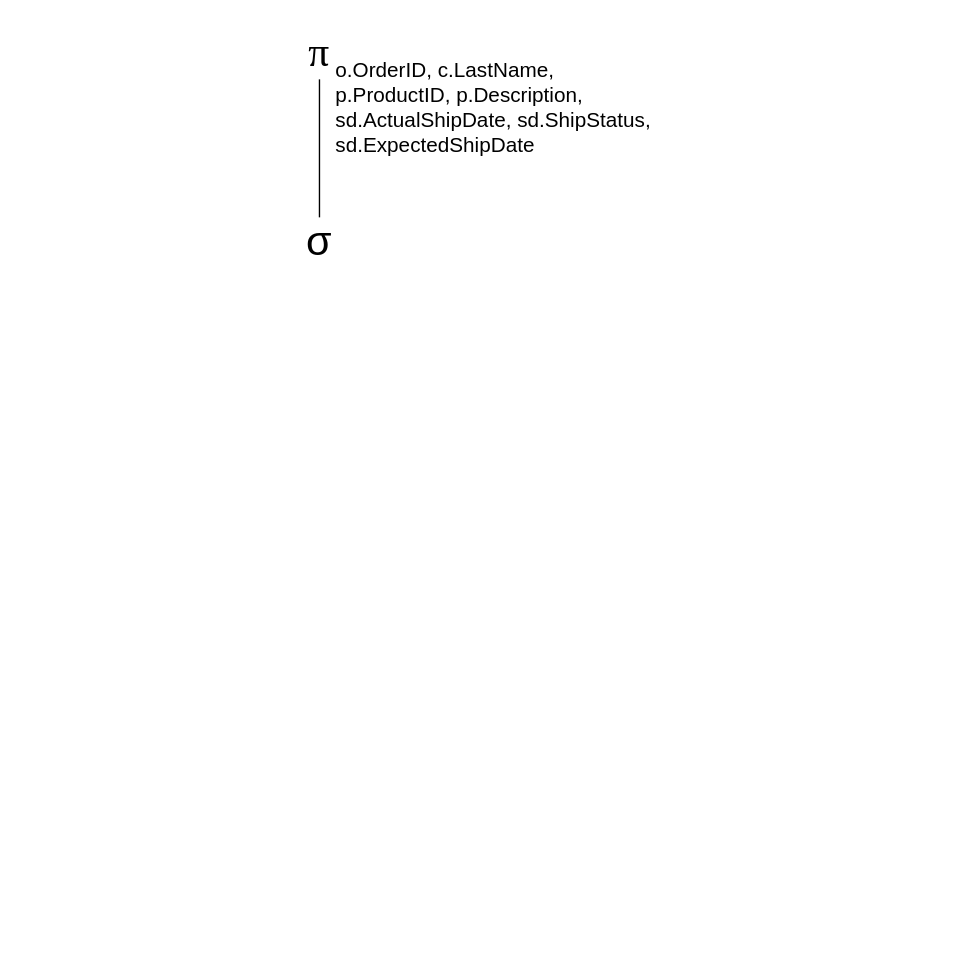
Earlier version of the draw.io diagram page "TH 2" (3 of 4) of SQLTurning.drawio (nguyenhuy158/diagrams). Source tidied: cells renumbered, new cells numbered last; positions are measured from the earlier drawing's top-left corner, leaving out a move shared by most shapes. Both pictures are drawn from the tidied source at 138%, with x=0, y=0 at pixel (291, 23).
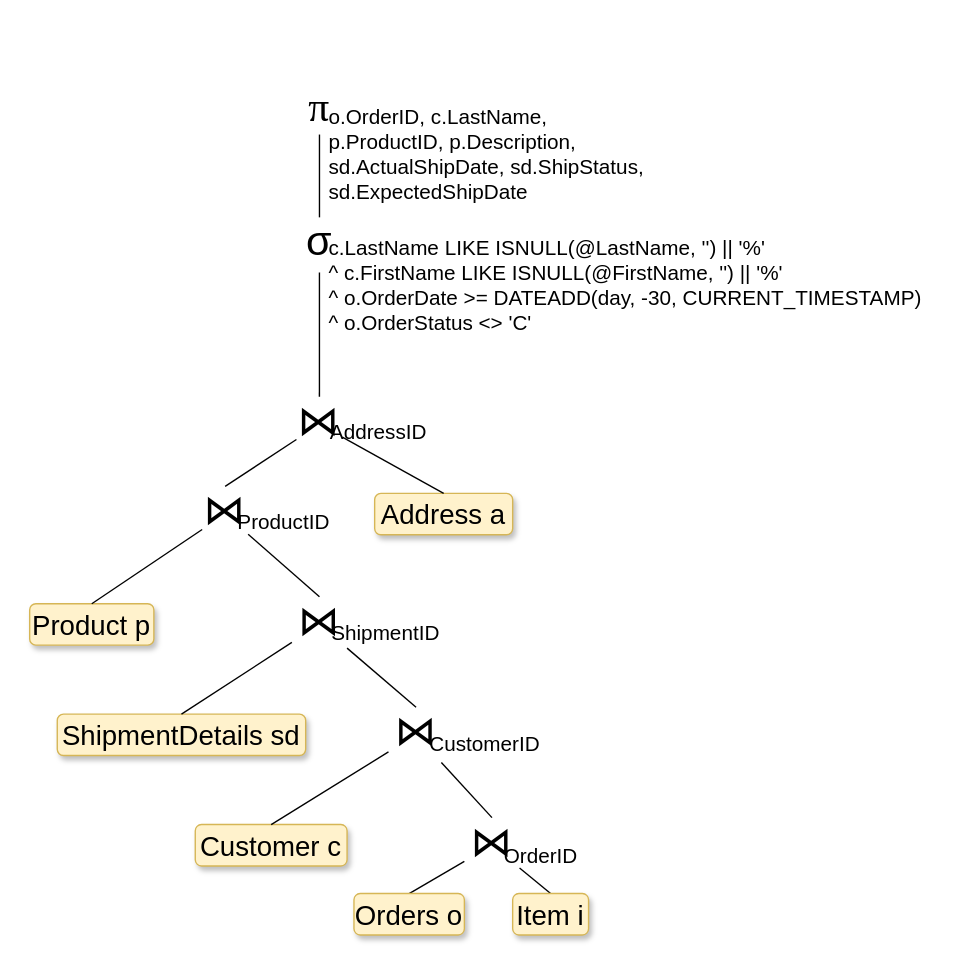
After the change.

What changed in the source:
```diff
@@
+    <mxCell id="6" style="edgeStyle=none;rounded=0;jettySize=auto;html=1;entryX=0.5;entryY=0;entryDx=0;entryDy=0;fontSize=30;endArrow=none;endFill=0;" parent="1" edge="1" source="14" target="8">
+      <mxGeometry relative="1" as="geometry" />
+    </mxCell>
+    <mxCell id="7" style="edgeStyle=none;rounded=0;jettySize=auto;html=1;entryX=0.5;entryY=0;entryDx=0;entryDy=0;fontSize=20;endArrow=none;endFill=0;shadow=0;sketch=0;" parent="1" edge="1" source="14" target="9">
+      <mxGeometry relative="1" as="geometry" />
+    </mxCell>
+    <mxCell id="8" value="&lt;div style=&quot;font-size: 20px;&quot;&gt;Orders o&lt;br style=&quot;font-size: 20px;&quot;&gt;&lt;/div&gt;" style="text;html=1;strokeColor=#d6b656;fillColor=#fff2cc;align=center;verticalAlign=middle;whiteSpace=wrap;rounded=1;fontSize=20;shadow=1;sketch=0;glass=0;" parent="1" vertex="1">
+      <mxGeometry x="45" y="630" width="80" height="30" as="geometry" />
+    </mxCell>
+    <mxCell id="9" value="&lt;div style=&quot;font-size: 20px;&quot;&gt;Item i&lt;br style=&quot;font-size: 20px;&quot;&gt;&lt;/div&gt;" style="text;html=1;strokeColor=#d6b656;fillColor=#fff2cc;align=center;verticalAlign=middle;whiteSpace=wrap;rounded=1;fontSize=20;shadow=1;sketch=0;glass=0;" parent="1" vertex="1">
+      <mxGeometry x="160" y="630" width="55" height="30" as="geometry" />
+    </mxCell>
+    <mxCell id="10" style="group;" parent="1" vertex="1">
+      <mxGeometry y="40" width="260" height="100" as="geometry" />
+    </mxCell>
-    <mxCell id="3" value="&lt;span id=&quot;docs-internal-guid-24cfe74f-7fff-80c8-4b2b-47ca78d1e50c&quot; style=&quot;font-size: 30px;&quot;&gt;&lt;span style=&quot;font-size: 30px; font-family: &amp;quot;Times New Roman&amp;quot;; background-color: transparent; font-variant-numeric: normal; font-variant-east-asian: normal;&quot;&gt;π&lt;/span&gt;&lt;/span&gt;" style="text;html=1;strokeColor=none;fillColor=none;align=center;verticalAlign=middle;whiteSpace=wrap;rounded=0;fontSize=30;" parent="1" vertex="1">
+    <mxCell id="3" value="&lt;span id=&quot;docs-internal-guid-24cfe74f-7fff-80c8-4b2b-47ca78d1e50c&quot; style=&quot;font-size: 30px;&quot;&gt;&lt;span style=&quot;font-size: 30px; font-family: &amp;quot;Times New Roman&amp;quot;; background-color: transparent; font-variant-numeric: normal; font-variant-east-asian: normal;&quot;&gt;π&lt;/span&gt;&lt;/span&gt;" style="text;html=1;strokeColor=none;fillColor=none;align=center;verticalAlign=middle;whiteSpace=wrap;rounded=0;fontSize=30;" parent="10" vertex="1">
       <mxGeometry width="40" height="40" as="geometry" />
     </mxCell>
+    <mxCell id="5" value="&lt;div style=&quot;font-size: 15px;&quot;&gt;&lt;span style=&quot;font-size: 15px;&quot;&gt;o.OrderID,&amp;nbsp;&lt;/span&gt;&lt;span style=&quot;background-color: initial;&quot;&gt;c.LastName,&lt;/span&gt;&lt;/div&gt;&lt;div style=&quot;font-size: 15px;&quot;&gt;&lt;span style=&quot;font-size: 15px;&quot;&gt;p.ProductID,&amp;nbsp;&lt;/span&gt;&lt;span style=&quot;background-color: initial;&quot;&gt;p.Description,&lt;/span&gt;&lt;/div&gt;&lt;div style=&quot;font-size: 15px;&quot;&gt;&lt;span style=&quot;font-size: 15px;&quot;&gt;sd.ActualShipDate,&amp;nbsp;&lt;/span&gt;&lt;span style=&quot;background-color: initial;&quot;&gt;sd.ShipStatus,&lt;/span&gt;&lt;/div&gt;&lt;div style=&quot;font-size: 15px;&quot;&gt;&lt;span style=&quot;font-size: 15px;&quot;&gt;sd.ExpectedShipDate&lt;/span&gt;&lt;/div&gt;" style="text;html=1;strokeColor=none;fillColor=none;align=left;verticalAlign=middle;whiteSpace=wrap;rounded=0;fontSize=15;" parent="10" vertex="1">
+      <mxGeometry x="25" y="19" width="230" height="70" as="geometry" />
+    </mxCell>
+    <mxCell id="11" style="group;" parent="1" vertex="1">
+      <mxGeometry y="140" width="470" height="110" as="geometry" />
+    </mxCell>
-    <mxCell id="4" value="σ&lt;sub&gt;&lt;br&gt;&lt;/sub&gt;" style="text;html=1;strokeColor=none;fillColor=none;align=center;verticalAlign=middle;whiteSpace=wrap;rounded=0;fontSize=30;" parent="1" vertex="1">
-      <mxGeometry y="140" width="40" height="40" as="geometry" />
+    <mxCell id="4" value="σ&lt;sub&gt;&lt;br&gt;&lt;/sub&gt;" style="text;html=1;strokeColor=none;fillColor=none;align=center;verticalAlign=middle;whiteSpace=wrap;rounded=0;fontSize=30;" parent="11" vertex="1">
+      <mxGeometry width="40" height="40" as="geometry" />
     </mxCell>
-    <mxCell id="5" value="&lt;div style=&quot;font-size: 15px;&quot;&gt;&lt;span style=&quot;font-size: 15px;&quot;&gt;o.OrderID,&amp;nbsp;&lt;/span&gt;&lt;span style=&quot;background-color: initial;&quot;&gt;c.LastName,&lt;/span&gt;&lt;/div&gt;&lt;div style=&quot;font-size: 15px;&quot;&gt;&lt;span style=&quot;font-size: 15px;&quot;&gt;p.ProductID,&amp;nbsp;&lt;/span&gt;&lt;span style=&quot;background-color: initial;&quot;&gt;p.Description,&lt;/span&gt;&lt;/div&gt;&lt;div style=&quot;font-size: 15px;&quot;&gt;&lt;span style=&quot;font-size: 15px;&quot;&gt;sd.ActualShipDate,&amp;nbsp;&lt;/span&gt;&lt;span style=&quot;background-color: initial;&quot;&gt;sd.ShipStatus,&lt;/span&gt;&lt;/div&gt;&lt;div style=&quot;font-size: 15px;&quot;&gt;&lt;span style=&quot;font-size: 15px;&quot;&gt;sd.ExpectedShipDate&lt;/span&gt;&lt;/div&gt;" style="text;html=1;strokeColor=none;fillColor=none;align=left;verticalAlign=middle;whiteSpace=wrap;rounded=0;fontSize=15;" parent="1" vertex="1">
-      <mxGeometry x="30" y="20" width="230" height="80" as="geometry" />
-    </mxCell>
+    <mxCell id="12" value="&lt;div style=&quot;font-size: 15px;&quot;&gt;&lt;div&gt;c.LastName LIKE ISNULL(@LastName, '') || '%'&lt;/div&gt;&lt;div&gt;^ c.FirstName LIKE ISNULL(@FirstName, '') || '%'&lt;/div&gt;&lt;div&gt;^ o.OrderDate &amp;gt;= DATEADD(day, -30, CURRENT_TIMESTAMP)&lt;/div&gt;&lt;div&gt;^ o.OrderStatus &amp;lt;&amp;gt; 'C'&amp;nbsp;&lt;/div&gt;&lt;/div&gt;" style="text;html=1;strokeColor=none;fillColor=none;align=left;verticalAlign=middle;whiteSpace=wrap;rounded=0;fontSize=15;" parent="11" vertex="1">
+      <mxGeometry x="25" y="13" width="440" height="71" as="geometry" />
+    </mxCell>
+    <mxCell id="13" style="group;" parent="1" vertex="1">
+      <mxGeometry x="125" y="575" width="90" height="40" as="geometry" />
+    </mxCell>
+    <mxCell id="14" value="⋈&lt;sub&gt;&lt;br&gt;&lt;/sub&gt;" style="text;html=1;strokeColor=none;fillColor=none;align=center;verticalAlign=middle;whiteSpace=wrap;rounded=0;fontSize=30;" parent="13" vertex="1">
+      <mxGeometry width="40" height="40" as="geometry" />
+    </mxCell>
+    <mxCell id="15" value="&lt;div style=&quot;&quot;&gt;OrderID&lt;br&gt;&lt;/div&gt;" style="text;html=1;strokeColor=none;fillColor=none;align=left;verticalAlign=middle;whiteSpace=wrap;rounded=0;fontSize=15;" parent="13" vertex="1">
+      <mxGeometry x="27" y="17" width="60" height="20" as="geometry" />
+    </mxCell>
+    <mxCell id="16" value="&lt;div style=&quot;font-size: 20px;&quot;&gt;Customer c&lt;br style=&quot;font-size: 20px;&quot;&gt;&lt;/div&gt;" style="text;html=1;strokeColor=#d6b656;fillColor=#fff2cc;align=center;verticalAlign=middle;whiteSpace=wrap;rounded=1;fontSize=20;shadow=1;sketch=0;glass=0;" parent="1" vertex="1">
+      <mxGeometry x="-70" y="580" width="110" height="30" as="geometry" />
+    </mxCell>
+    <mxCell id="17" style="group;" parent="1" vertex="1">
+      <mxGeometry x="70" y="495" width="120" height="40" as="geometry" />
+    </mxCell>
+    <mxCell id="18" value="⋈&lt;sub&gt;&lt;br&gt;&lt;/sub&gt;" style="text;html=1;strokeColor=none;fillColor=none;align=center;verticalAlign=middle;whiteSpace=wrap;rounded=0;fontSize=30;" parent="17" vertex="1">
+      <mxGeometry width="40" height="40" as="geometry" />
+    </mxCell>
+    <mxCell id="19" value="&lt;div style=&quot;&quot;&gt;CustomerID&lt;br&gt;&lt;/div&gt;" style="text;html=1;strokeColor=none;fillColor=none;align=left;verticalAlign=middle;whiteSpace=wrap;rounded=0;fontSize=15;" parent="17" vertex="1">
+      <mxGeometry x="28" y="16" width="90" height="20" as="geometry" />
+    </mxCell>
+    <mxCell id="20" style="edgeStyle=none;rounded=0;jettySize=auto;html=1;entryX=0.5;entryY=0;entryDx=0;entryDy=0;fontSize=30;endArrow=none;endFill=0;" parent="1" edge="1" source="18" target="16">
+      <mxGeometry relative="1" as="geometry" />
+    </mxCell>
+    <mxCell id="21" style="edgeStyle=none;rounded=0;jettySize=auto;html=1;entryX=0.5;entryY=0;entryDx=0;entryDy=0;fontSize=30;endArrow=none;endFill=0;" parent="1" edge="1" source="18" target="14">
+      <mxGeometry relative="1" as="geometry" />
+    </mxCell>
+    <mxCell id="22" style="group;" parent="1" vertex="1">
+      <mxGeometry y="415" width="120" height="40" as="geometry" />
+    </mxCell>
+    <mxCell id="23" value="⋈&lt;sub&gt;&lt;br&gt;&lt;/sub&gt;" style="text;html=1;strokeColor=none;fillColor=none;align=center;verticalAlign=middle;whiteSpace=wrap;rounded=0;fontSize=30;" parent="22" vertex="1">
+      <mxGeometry width="40" height="40" as="geometry" />
+    </mxCell>
+    <mxCell id="24" value="&lt;div style=&quot;&quot;&gt;ShipmentID&lt;br&gt;&lt;/div&gt;" style="text;html=1;strokeColor=none;fillColor=none;align=left;verticalAlign=middle;whiteSpace=wrap;rounded=0;fontSize=15;" parent="22" vertex="1">
+      <mxGeometry x="27" y="16" width="90" height="20" as="geometry" />
+    </mxCell>
+    <mxCell id="25" value="&lt;div style=&quot;font-size: 20px;&quot;&gt;ShipmentDetails sd&lt;br style=&quot;font-size: 20px;&quot;&gt;&lt;/div&gt;" style="text;html=1;strokeColor=#d6b656;fillColor=#fff2cc;align=center;verticalAlign=middle;whiteSpace=wrap;rounded=1;fontSize=20;shadow=1;sketch=0;glass=0;" parent="1" vertex="1">
+      <mxGeometry x="-170" y="500" width="180" height="30" as="geometry" />
+    </mxCell>
+    <mxCell id="26" style="edgeStyle=none;rounded=0;jettySize=auto;html=1;entryX=0.5;entryY=0;entryDx=0;entryDy=0;fontSize=30;endArrow=none;endFill=0;" parent="1" edge="1" source="23" target="25">
+      <mxGeometry relative="1" as="geometry" />
+    </mxCell>
+    <mxCell id="27" style="edgeStyle=none;rounded=0;jettySize=auto;html=1;entryX=0.5;entryY=0;entryDx=0;entryDy=0;fontSize=30;endArrow=none;endFill=0;" parent="1" edge="1" source="23" target="18">
+      <mxGeometry relative="1" as="geometry" />
+    </mxCell>
+    <mxCell id="28" value="&lt;div style=&quot;font-size: 20px;&quot;&gt;Product p&lt;br style=&quot;font-size: 20px;&quot;&gt;&lt;/div&gt;" style="text;html=1;strokeColor=#d6b656;fillColor=#fff2cc;align=center;verticalAlign=middle;whiteSpace=wrap;rounded=1;fontSize=20;shadow=1;sketch=0;glass=0;" parent="1" vertex="1">
+      <mxGeometry x="-190" y="420" width="90" height="30" as="geometry" />
+    </mxCell>
+    <mxCell id="29" value="&lt;div style=&quot;font-size: 20px;&quot;&gt;Address a&lt;br style=&quot;font-size: 20px;&quot;&gt;&lt;/div&gt;" style="text;html=1;strokeColor=#d6b656;fillColor=#fff2cc;align=center;verticalAlign=middle;whiteSpace=wrap;rounded=1;fontSize=20;shadow=1;sketch=0;glass=0;" parent="1" vertex="1">
+      <mxGeometry x="60" y="340" width="100" height="30" as="geometry" />
+    </mxCell>
+    <mxCell id="30" style="group;" parent="1" vertex="1">
+      <mxGeometry x="-65" y="335" width="100" height="40" as="geometry" />
+    </mxCell>
+    <mxCell id="31" value="⋈&lt;sub&gt;&lt;br&gt;&lt;/sub&gt;" style="text;html=1;strokeColor=none;fillColor=none;align=center;verticalAlign=middle;whiteSpace=wrap;rounded=0;fontSize=30;" parent="30" vertex="1">
+      <mxGeometry width="33.3" height="40" as="geometry" />
+    </mxCell>
+    <mxCell id="32" value="&lt;div style=&quot;&quot;&gt;ProductID&lt;br&gt;&lt;/div&gt;" style="text;html=1;strokeColor=none;fillColor=none;align=left;verticalAlign=middle;whiteSpace=wrap;rounded=0;fontSize=15;" parent="30" vertex="1">
+      <mxGeometry x="24" y="15" width="75" height="20" as="geometry" />
+    </mxCell>
+    <mxCell id="33" style="group;" parent="1" vertex="1">
+      <mxGeometry x="10" y="270" width="100" height="40" as="geometry" />
+    </mxCell>
+    <mxCell id="34" value="⋈&lt;sub&gt;&lt;br&gt;&lt;/sub&gt;" style="text;html=1;strokeColor=none;fillColor=none;align=center;verticalAlign=middle;whiteSpace=wrap;rounded=0;fontSize=30;" parent="33" vertex="1">
+      <mxGeometry x="-6.7" width="33.3" height="40" as="geometry" />
+    </mxCell>
+    <mxCell id="35" value="&lt;div style=&quot;&quot;&gt;AddressID&lt;br&gt;&lt;/div&gt;" style="text;html=1;strokeColor=none;fillColor=none;align=left;verticalAlign=middle;whiteSpace=wrap;rounded=0;fontSize=15;" parent="33" vertex="1">
+      <mxGeometry x="16" y="15" width="75" height="20" as="geometry" />
+    </mxCell>
+    <mxCell id="36" style="edgeStyle=none;rounded=0;jettySize=auto;html=1;entryX=0.5;entryY=0;entryDx=0;entryDy=0;fontSize=30;endArrow=none;endFill=0;" parent="1" edge="1" source="31" target="28">
+      <mxGeometry relative="1" as="geometry" />
+    </mxCell>
+    <mxCell id="37" style="edgeStyle=none;rounded=0;jettySize=auto;html=1;entryX=0.5;entryY=0;entryDx=0;entryDy=0;fontSize=30;endArrow=none;endFill=0;" parent="1" edge="1" source="31" target="23">
+      <mxGeometry relative="1" as="geometry" />
+    </mxCell>
+    <mxCell id="38" style="edgeStyle=none;rounded=0;jettySize=auto;html=1;entryX=0.5;entryY=0;entryDx=0;entryDy=0;fontSize=30;endArrow=none;endFill=0;" parent="1" edge="1" source="34" target="31">
+      <mxGeometry relative="1" as="geometry" />
+    </mxCell>
+    <mxCell id="39" style="edgeStyle=none;rounded=0;jettySize=auto;html=1;entryX=0.5;entryY=0;entryDx=0;entryDy=0;fontSize=30;endArrow=none;endFill=0;" parent="1" edge="1" source="34" target="29">
+      <mxGeometry relative="1" as="geometry" />
+    </mxCell>
+    <mxCell id="40" style="edgeStyle=none;rounded=0;jettySize=auto;html=1;entryX=0.5;entryY=1;entryDx=0;entryDy=0;fontSize=30;endArrow=none;endFill=0;" parent="1" edge="1" source="34" target="4">
+      <mxGeometry relative="1" as="geometry" />
+    </mxCell>
+    <mxCell id="41" style="edgeStyle=none;rounded=0;sketch=0;orthogonalLoop=1;jettySize=auto;html=1;exitX=0.75;exitY=1;exitDx=0;exitDy=0;shadow=0;fontSize=20;endArrow=none;endFill=0;" parent="1" edge="1" source="28" target="28">
+      <mxGeometry relative="1" as="geometry" />
+    </mxCell>
```
